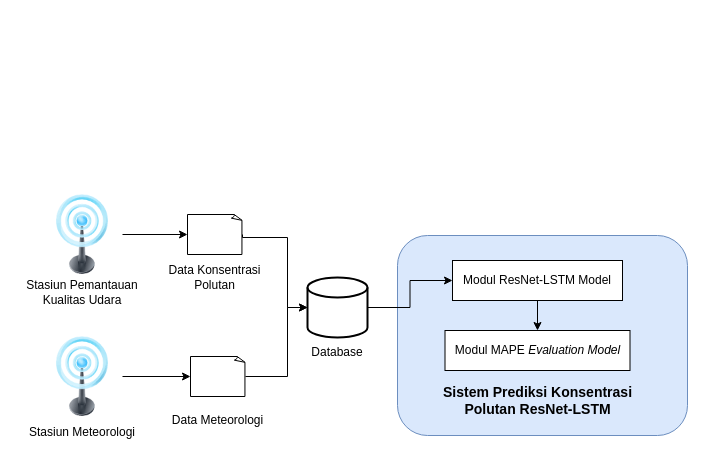
The draw.io diagram page "Page-13" (13 of 13) of sistem.drawio in lullabymav/skrpsi, before the edit. Source tidied: cells renumbered, new cells numbered last; positions are measured from the earlier drawing's top-left corner, leaving out a move shared by most shapes. Both pictures are drawn from the tidied source at 100%, with x=0, y=0 at pixel (17, 194).
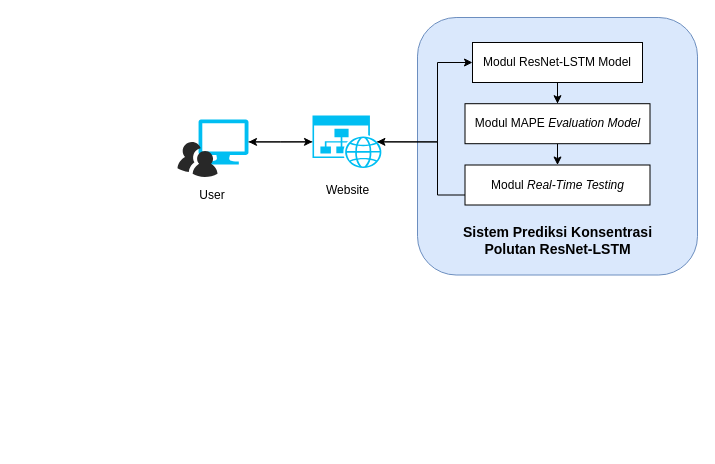
The same diagram, later.

The edit, as a diff of the source:
```diff
@@
-    <mxCell id="2" style="image;html=1;image=img/lib/clip_art/telecommunication/Signal_tower_on_128x128.png;" parent="1" vertex="1">
-      <mxGeometry x="25" width="80" height="80" as="geometry" />
-    </mxCell>
-    <mxCell id="3" style="image;html=1;image=img/lib/clip_art/telecommunication/Signal_tower_on_128x128.png;" parent="1" vertex="1">
-      <mxGeometry x="25" y="142" width="80" height="80" as="geometry" />
-    </mxCell>
-    <mxCell id="4" style="rounded=1;whiteSpace=wrap;html=1;fillColor=#dae8fc;strokeColor=#6c8ebf;" parent="1" vertex="1">
-      <mxGeometry x="380" y="41" width="290" height="200" as="geometry" />
-    </mxCell>
-    <mxCell id="5" style="edgeStyle=orthogonalEdgeStyle;rounded=0;jettySize=auto;html=1;exitX=1;exitY=0.5;exitDx=0;exitDy=0;exitPerimeter=0;entryX=0;entryY=0.5;entryDx=0;entryDy=0;" parent="1" edge="1" source="6" target="17">
-      <mxGeometry relative="1" as="geometry" />
-    </mxCell>
-    <mxCell id="6" style="strokeWidth=2;html=1;shape=mxgraph.flowchart.database;whiteSpace=wrap;" parent="1" vertex="1">
-      <mxGeometry x="290" y="83" width="60" height="60" as="geometry" />
-    </mxCell>
-    <mxCell id="7" style="edgeStyle=orthogonalEdgeStyle;rounded=0;jettySize=auto;html=1;exitX=1;exitY=0.5;exitDx=0;exitDy=0;entryX=0;entryY=0.5;entryDx=0;entryDy=0;entryPerimeter=0;" parent="1" edge="1" source="21" target="6">
-      <mxGeometry relative="1" as="geometry">
-        <Array as="points">
-          <mxPoint x="270" y="43" />
-          <mxPoint x="270" y="113" />
-        </Array>
-      </mxGeometry>
-    </mxCell>
@@
-    <mxCell id="13" value="Stasiun Pemantauan Kualitas Udara" style="text;html=1;align=center;verticalAlign=middle;whiteSpace=wrap;rounded=0;" parent="1" vertex="1">
-      <mxGeometry y="83" width="130" height="30" as="geometry" />
-    </mxCell>
-    <mxCell id="14" value="Stasiun Meteorologi" style="text;html=1;align=center;verticalAlign=middle;whiteSpace=wrap;rounded=0;" parent="1" vertex="1">
-      <mxGeometry y="223" width="130" height="30" as="geometry" />
-    </mxCell>
-    <mxCell id="15" value="Database" style="text;html=1;align=center;verticalAlign=middle;whiteSpace=wrap;rounded=0;" parent="1" vertex="1">
-      <mxGeometry x="285" y="143" width="70" height="30" as="geometry" />
-    </mxCell>
+    <mxCell id="28" style="verticalLabelPosition=bottom;html=1;verticalAlign=top;align=center;strokeColor=none;fillColor=#00BEF2;shape=mxgraph.azure.computer;" parent="1" vertex="1">
+      <mxGeometry x="181" y="-75.1" width="50" height="45" as="geometry" />
+    </mxCell>
+    <mxCell id="29" style="edgeStyle=orthogonalEdgeStyle;rounded=0;jettySize=auto;html=1;exitX=0;exitY=0.5;exitDx=0;exitDy=0;exitPerimeter=0;" parent="1" edge="1" source="30" target="28">
+      <mxGeometry relative="1" as="geometry" />
+    </mxCell>
+    <mxCell id="30" style="verticalLabelPosition=bottom;html=1;verticalAlign=top;align=center;strokeColor=none;fillColor=#00BEF2;shape=mxgraph.azure.website_generic;" parent="1" vertex="1">
+      <mxGeometry x="295" y="-78.9" width="70" height="52.5" as="geometry" />
+    </mxCell>
+    <mxCell id="31" style="edgeStyle=orthogonalEdgeStyle;rounded=0;jettySize=auto;html=1;entryX=0;entryY=0.5;entryDx=0;entryDy=0;entryPerimeter=0;" parent="1" edge="1" source="28" target="30">
+      <mxGeometry relative="1" as="geometry" />
+    </mxCell>
+    <mxCell id="32" style="rounded=1;whiteSpace=wrap;html=1;fillColor=#dae8fc;strokeColor=#6c8ebf;" parent="1" vertex="1">
+      <mxGeometry x="400" y="-177" width="280" height="257.5" as="geometry" />
+    </mxCell>
-    <mxCell id="16" style="edgeStyle=orthogonalEdgeStyle;rounded=0;jettySize=auto;html=1;" parent="1" edge="1" source="17" target="18">
+    <mxCell id="16" style="edgeStyle=orthogonalEdgeStyle;rounded=0;jettySize=auto;html=1;exitX=0.5;exitY=1;exitDx=0;exitDy=0;" parent="1" edge="1" source="17" target="18">
       <mxGeometry relative="1" as="geometry" />
     </mxCell>
     <mxCell id="17" value="Modul ResNet-LSTM Model" style="rounded=0;whiteSpace=wrap;html=1;" parent="1" vertex="1">
-      <mxGeometry x="435" y="66" width="170" height="40" as="geometry" />
+      <mxGeometry x="455" y="-152" width="170" height="40" as="geometry" />
     </mxCell>
+    <mxCell id="33" style="edgeStyle=orthogonalEdgeStyle;rounded=0;jettySize=auto;html=1;" parent="1" edge="1" source="18" target="36">
+      <mxGeometry relative="1" as="geometry" />
+    </mxCell>
     <mxCell id="18" value="Modul MAPE &lt;i&gt;Evaluation Model&lt;/i&gt;" style="rounded=0;whiteSpace=wrap;html=1;" parent="1" vertex="1">
-      <mxGeometry x="427.5" y="136" width="185" height="40" as="geometry" />
+      <mxGeometry x="447.5" y="-90.8" width="185" height="40" as="geometry" />
     </mxCell>
     <mxCell id="19" value="Sistem Prediksi Konsentrasi Polutan ResNet-LSTM" style="text;html=1;align=center;verticalAlign=middle;whiteSpace=wrap;rounded=0;fontStyle=1;fontSize=14;" parent="1" vertex="1">
-      <mxGeometry x="418.8" y="191" width="202.5" height="30" as="geometry" />
+      <mxGeometry x="438.8" y="30.5" width="202.5" height="30" as="geometry" />
     </mxCell>
-    <mxCell id="20" style="edgeStyle=orthogonalEdgeStyle;rounded=0;jettySize=auto;html=1;exitX=1;exitY=0.5;exitDx=0;exitDy=0;entryX=0;entryY=0.5;entryDx=0;entryDy=0;entryPerimeter=0;" parent="1" edge="1" source="2" target="21">
-      <mxGeometry relative="1" as="geometry" />
-    </mxCell>
-    <mxCell id="21" style="whiteSpace=wrap;html=1;shape=mxgraph.basic.document;" parent="1" vertex="1">
-      <mxGeometry x="170" y="20" width="55" height="40" as="geometry" />
-    </mxCell>
-    <mxCell id="22" value="Data Konsentrasi Polutan" style="text;html=1;align=center;verticalAlign=middle;whiteSpace=wrap;rounded=0;" parent="1" vertex="1">
-      <mxGeometry x="145" y="68" width="105" height="30" as="geometry" />
-    </mxCell>
-    <mxCell id="23" value="Data Meteorologi" style="text;html=1;align=center;verticalAlign=middle;whiteSpace=wrap;rounded=0;" parent="1" vertex="1">
-      <mxGeometry x="148" y="211" width="105" height="30" as="geometry" />
-    </mxCell>
-    <mxCell id="24" style="edgeStyle=orthogonalEdgeStyle;rounded=0;orthogonalLoop=1;jettySize=auto;html=1;exitX=0.5;exitY=1;exitDx=0;exitDy=0;exitPerimeter=0;" parent="1" edge="1" source="25" target="25">
-      <mxGeometry relative="1" as="geometry" />
-    </mxCell>
-    <mxCell id="25" style="whiteSpace=wrap;html=1;shape=mxgraph.basic.document;" parent="1" vertex="1">
-      <mxGeometry x="173" y="162" width="55" height="40" as="geometry" />
-    </mxCell>
-    <mxCell id="26" style="edgeStyle=orthogonalEdgeStyle;rounded=0;jettySize=auto;html=1;exitX=1;exitY=0.5;exitDx=0;exitDy=0;entryX=0;entryY=0.5;entryDx=0;entryDy=0;entryPerimeter=0;" parent="1" edge="1" source="3" target="25">
-      <mxGeometry relative="1" as="geometry" />
-    </mxCell>
-    <mxCell id="27" style="edgeStyle=orthogonalEdgeStyle;rounded=0;jettySize=auto;html=1;exitX=1;exitY=0.5;exitDx=0;exitDy=0;exitPerimeter=0;entryX=0;entryY=0.5;entryDx=0;entryDy=0;entryPerimeter=0;" parent="1" edge="1" source="25" target="6">
-      <mxGeometry relative="1" as="geometry">
-        <Array as="points">
-          <mxPoint x="270" y="182" />
-          <mxPoint x="270" y="113" />
-        </Array>
-      </mxGeometry>
-    </mxCell>
+    <mxCell id="34" style="edgeStyle=orthogonalEdgeStyle;rounded=0;jettySize=auto;html=1;exitX=0.92;exitY=0.5;exitDx=0;exitDy=0;exitPerimeter=0;entryX=0;entryY=0.5;entryDx=0;entryDy=0;" parent="1" edge="1" source="30" target="17">
+      <mxGeometry relative="1" as="geometry">
+        <Array as="points">
+          <mxPoint x="420" y="-52.5" />
+          <mxPoint x="420" y="-131.5" />
+        </Array>
+      </mxGeometry>
+    </mxCell>
+    <mxCell id="35" style="verticalLabelPosition=bottom;sketch=0;html=1;fillColor=#282828;strokeColor=none;verticalAlign=top;align=center;shape=mxgraph.cisco_safe.people_places_things_icons.icon9;" parent="1" vertex="1">
+      <mxGeometry x="160" y="-52.6" width="40" height="35" as="geometry" />
+    </mxCell>
+    <mxCell id="36" value="Modul &lt;i&gt;Real-Time Testing&lt;/i&gt;" style="rounded=0;whiteSpace=wrap;html=1;" parent="1" vertex="1">
+      <mxGeometry x="447.5" y="-29.5" width="185" height="40" as="geometry" />
+    </mxCell>
+    <mxCell id="37" style="edgeStyle=orthogonalEdgeStyle;rounded=0;jettySize=auto;html=1;exitX=0;exitY=0.75;exitDx=0;exitDy=0;entryX=0.92;entryY=0.5;entryDx=0;entryDy=0;entryPerimeter=0;" parent="1" edge="1" source="36" target="30">
+      <mxGeometry relative="1" as="geometry">
+        <Array as="points">
+          <mxPoint x="420" y="0.5" />
+          <mxPoint x="420" y="-52.5" />
+        </Array>
+      </mxGeometry>
+    </mxCell>
+    <mxCell id="38" value="User" style="text;html=1;align=center;verticalAlign=middle;whiteSpace=wrap;rounded=0;" parent="1" vertex="1">
+      <mxGeometry x="130" y="-14.5" width="130" height="30" as="geometry" />
+    </mxCell>
+    <mxCell id="39" value="Website" style="text;html=1;align=center;verticalAlign=middle;whiteSpace=wrap;rounded=0;" parent="1" vertex="1">
+      <mxGeometry x="277.5" y="-19.5" width="105" height="30" as="geometry" />
+    </mxCell>
```
